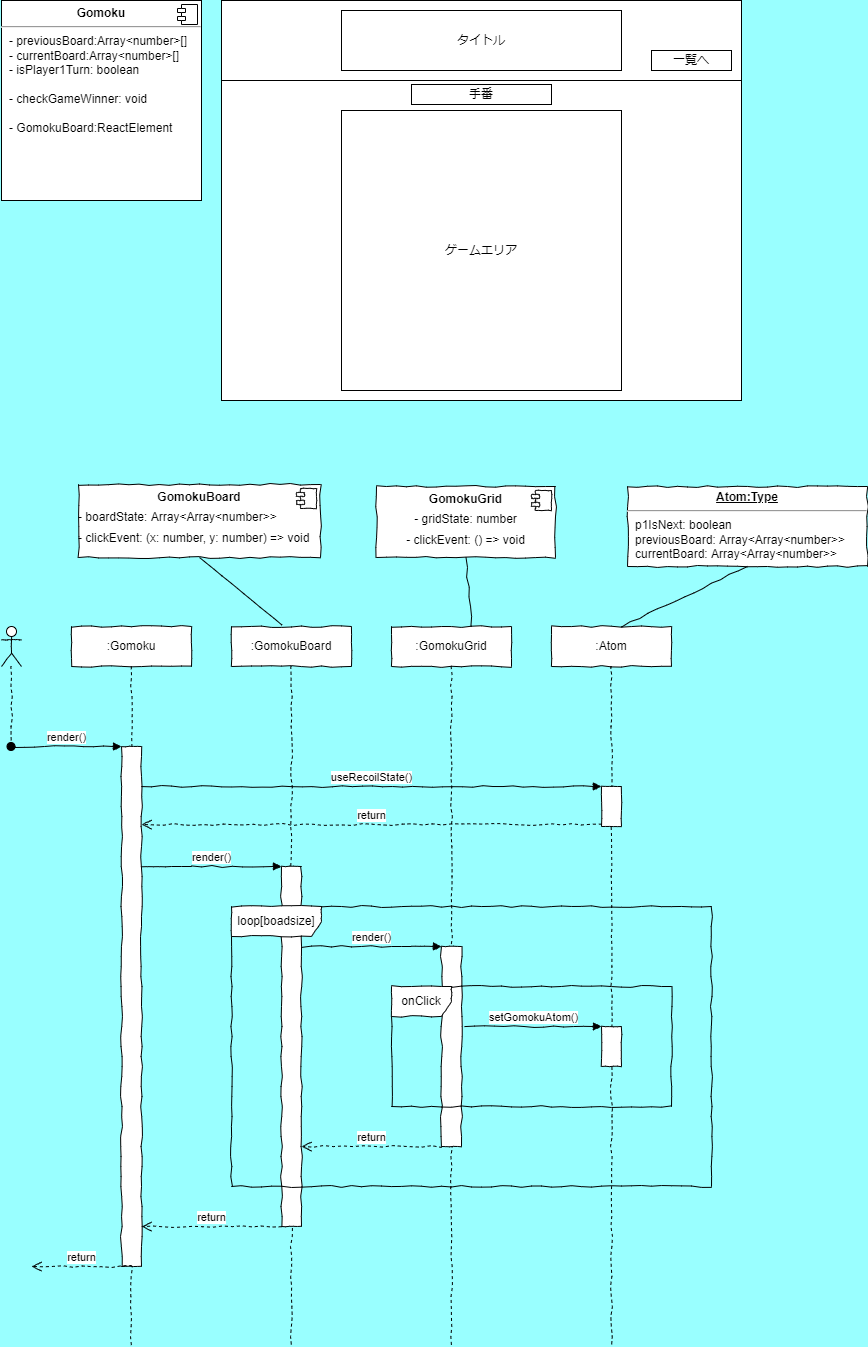
Before: doc/game/gomoku.png, a diagram exported from draw.io (narumimashiro/projectSelf-dept.NextJs). Source tidied: cells renumbered, new cells last; positions are measured from the earlier drawing's top-left corner, leaving out a move shared by most shapes.
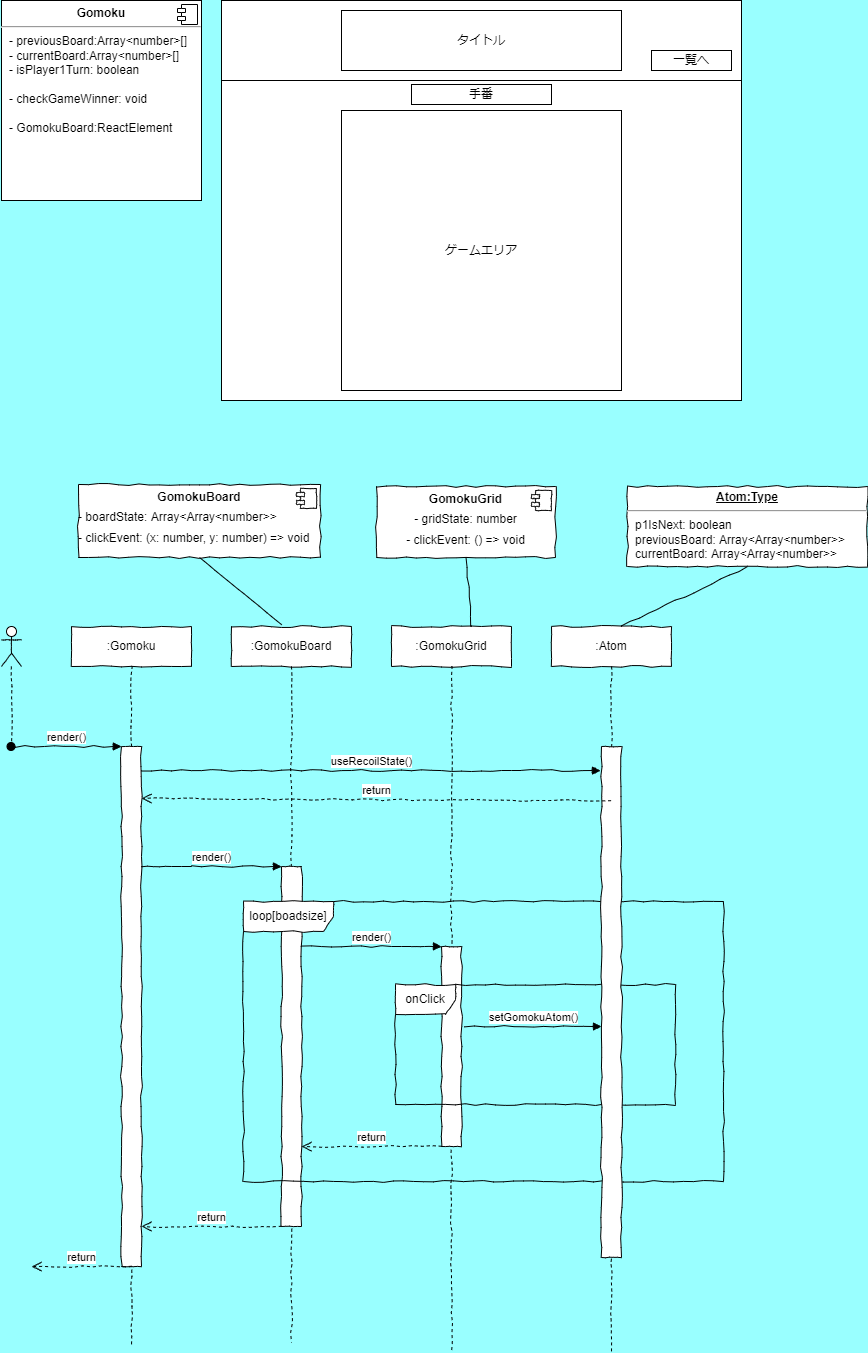
After the change.

Diff of the diagram source:
```diff
@@ -35,7 +35,7 @@
       <mxGeometry x="50" y="120" width="20" height="520" as="geometry" />
     </mxCell>
     <mxCell id="12" value=":GomokuBoard" style="shape=umlLifeline;perimeter=lifelinePerimeter;whiteSpace=wrap;html=1;strokeColor=#000000;shadow=0;fixDash=0;backgroundOutline=0;comic=1;enumerate=0;" parent="1" vertex="1">
-      <mxGeometry x="230" y="626" width="120" height="720" as="geometry" />
+      <mxGeometry x="230" y="626" width="120" height="716" as="geometry" />
     </mxCell>
     <mxCell id="13" style="html=1;points=[];perimeter=orthogonalPerimeter;strokeColor=#000000;shadow=0;snapToPoint=0;fixDash=0;backgroundOutline=0;comic=1;enumerate=0;" parent="12" vertex="1">
       <mxGeometry x="50" y="240" width="20" height="360" as="geometry" />
@@ -46,8 +46,11 @@
         <mxPoint x="-90" y="600" as="targetPoint" />
       </mxGeometry>
     </mxCell>
+    <mxCell id="30" value="loop[boadsize]" style="shape=umlFrame;whiteSpace=wrap;html=1;width=90;height=30;swimlaneFillColor=none;strokeColor=#000000;shadow=0;fixDash=0;backgroundOutline=0;comic=1;enumerate=0;" parent="12" vertex="1">
+      <mxGeometry x="12" y="275" width="480" height="280" as="geometry" />
+    </mxCell>
     <mxCell id="15" value=":GomokuGrid" style="shape=umlLifeline;perimeter=lifelinePerimeter;whiteSpace=wrap;html=1;strokeColor=#000000;shadow=0;fixDash=0;backgroundOutline=0;comic=1;enumerate=0;" parent="1" vertex="1">
-      <mxGeometry x="390" y="626" width="120" height="720" as="geometry" />
+      <mxGeometry x="390" y="626" width="120" height="726" as="geometry" />
     </mxCell>
     <mxCell id="16" style="html=1;perimeter=orthogonalPerimeter;strokeColor=#000000;shadow=0;fixDash=0;backgroundOutline=0;comic=1;enumerate=0;" parent="15" vertex="1">
       <mxGeometry x="50" y="320" width="20" height="200" as="geometry" />
@@ -59,29 +62,32 @@
       </mxGeometry>
     </mxCell>
     <mxCell id="18" value=":Atom" style="shape=umlLifeline;perimeter=lifelinePerimeter;whiteSpace=wrap;html=1;outlineConnect=0;gradientColor=none;fillColor=default;strokeColor=#000000;shadow=0;snapToPoint=0;fixDash=0;backgroundOutline=0;comic=1;enumerate=0;" parent="1" vertex="1">
-      <mxGeometry x="550" y="626" width="120" height="720" as="geometry" />
+      <mxGeometry x="550" y="626" width="120" height="726" as="geometry" />
     </mxCell>
+    <mxCell id="21" value="onClick" style="shape=umlFrame;whiteSpace=wrap;html=1;strokeColor=#000000;shadow=0;fixDash=0;backgroundOutline=0;comic=1;enumerate=0;" parent="18" vertex="1">
+      <mxGeometry x="-156" y="358" width="280" height="120" as="geometry" />
+    </mxCell>
     <mxCell id="19" style="html=1;points=[];perimeter=orthogonalPerimeter;strokeColor=#000000;shadow=0;snapToPoint=0;fixDash=0;backgroundOutline=0;comic=1;enumerate=0;" parent="18" vertex="1">
-      <mxGeometry x="50" y="160" width="20" height="40" as="geometry" />
+      <mxGeometry x="50" y="120" width="20" height="511" as="geometry" />
     </mxCell>
-    <mxCell id="20" style="html=1;points=[];perimeter=orthogonalPerimeter;strokeColor=#000000;shadow=0;snapToPoint=0;fixDash=0;backgroundOutline=0;comic=1;enumerate=0;" parent="18" vertex="1">
-      <mxGeometry x="50" y="400" width="20" height="40" as="geometry" />
-    </mxCell>
-    <mxCell id="21" value="onClick" style="shape=umlFrame;whiteSpace=wrap;html=1;strokeColor=#000000;shadow=0;fixDash=0;backgroundOutline=0;comic=1;enumerate=0;" parent="18" vertex="1">
-      <mxGeometry x="-160" y="360" width="280" height="120" as="geometry" />
-    </mxCell>
     <mxCell id="22" style="shape=umlLifeline;participant=umlActor;perimeter=lifelinePerimeter;whiteSpace=wrap;html=1;verticalAlign=top;spacingTop=36;outlineConnect=0;strokeColor=#000000;shadow=0;snapToPoint=0;fixDash=0;backgroundOutline=0;comic=1;enumerate=0;" parent="1" vertex="1">
       <mxGeometry y="626" width="20" height="120" as="geometry" />
     </mxCell>
     <mxCell id="23" value="render()" style="html=1;verticalAlign=bottom;startArrow=oval;endArrow=block;startSize=8;strokeColor=#000000;shadow=0;snapToPoint=0;fixDash=0;backgroundOutline=0;comic=1;enumerate=0;" parent="1" edge="1" source="22" target="11">
       <mxGeometry relative="1" as="geometry" />
     </mxCell>
-    <mxCell id="24" value="useRecoilState()" style="html=1;verticalAlign=bottom;endArrow=block;entryX=0;entryY=0;strokeColor=#000000;shadow=0;snapToPoint=0;fixDash=0;backgroundOutline=0;comic=1;enumerate=0;" parent="1" edge="1" source="11" target="19">
-      <mxGeometry relative="1" as="geometry" />
+    <mxCell id="24" value="useRecoilState()" style="html=1;verticalAlign=bottom;endArrow=block;entryX=-0.05;entryY=0.047;strokeColor=#000000;shadow=0;snapToPoint=0;fixDash=0;backgroundOutline=0;comic=1;enumerate=0;entryDx=0;entryDy=0;entryPerimeter=0;" parent="1" edge="1" source="11" target="19">
+      <mxGeometry relative="1" as="geometry">
+        <Array as="points">
+          <mxPoint x="510" y="770" />
+        </Array>
+      </mxGeometry>
     </mxCell>
-    <mxCell id="25" value="return" style="html=1;verticalAlign=bottom;endArrow=open;dashed=1;endSize=8;exitX=0;exitY=0.95;strokeColor=#000000;shadow=0;snapToPoint=0;fixDash=0;backgroundOutline=0;comic=1;enumerate=0;" parent="1" edge="1" source="19">
+    <mxCell id="25" value="return" style="html=1;verticalAlign=bottom;endArrow=open;dashed=1;endSize=8;strokeColor=#000000;shadow=0;snapToPoint=0;fixDash=0;backgroundOutline=0;comic=1;enumerate=0;entryX=1;entryY=0.1;entryDx=0;entryDy=0;entryPerimeter=0;" parent="1" edge="1" source="18" target="11">
       <mxGeometry relative="1" as="geometry">
-        <mxPoint x="140" y="824" as="targetPoint" />
+        <Array as="points">
+          <mxPoint x="540" y="800" />
+        </Array>
       </mxGeometry>
     </mxCell>
     <mxCell id="26" value="&lt;p style=&quot;margin:0px;margin-top:4px;text-align:center;text-decoration:underline;&quot;&gt;&lt;b&gt;Atom:Type&lt;/b&gt;&lt;/p&gt;&lt;hr&gt;&lt;p style=&quot;margin:0px;margin-left:8px;&quot;&gt;p1IsNext: boolean&lt;/p&gt;&lt;p style=&quot;margin:0px;margin-left:8px;&quot;&gt;previousBoard: Array&amp;lt;Array&amp;lt;number&amp;gt;&amp;gt;&lt;/p&gt;&lt;p style=&quot;margin:0px;margin-left:8px;&quot;&gt;currentBoard: Array&amp;lt;Array&amp;lt;number&amp;gt;&amp;gt;&lt;/p&gt;" style="verticalAlign=top;align=left;overflow=fill;fontSize=12;fontFamily=Helvetica;html=1;comic=1;" parent="1" vertex="1">
@@ -103,14 +109,12 @@
         </Array>
       </mxGeometry>
     </mxCell>
-    <mxCell id="29" value="setGomokuAtom()" style="html=1;verticalAlign=bottom;startArrow=none;endArrow=block;startSize=8;startFill=0;strokeColor=#000000;shadow=0;snapToPoint=0;fixDash=0;backgroundOutline=0;comic=1;enumerate=0;" parent="1" edge="1" target="20">
+    <mxCell id="29" value="setGomokuAtom()" style="html=1;verticalAlign=bottom;startArrow=none;endArrow=block;startSize=8;startFill=0;strokeColor=#000000;shadow=0;snapToPoint=0;fixDash=0;backgroundOutline=0;comic=1;enumerate=0;" parent="1" edge="1">
       <mxGeometry relative="1" as="geometry">
         <mxPoint x="463" y="1026" as="sourcePoint" />
+        <mxPoint x="600" y="1026" as="targetPoint" />
       </mxGeometry>
     </mxCell>
-    <mxCell id="30" value="loop[boadsize]" style="shape=umlFrame;whiteSpace=wrap;html=1;width=90;height=30;swimlaneFillColor=none;strokeColor=#000000;shadow=0;fixDash=0;backgroundOutline=0;comic=1;enumerate=0;" parent="1" vertex="1">
-      <mxGeometry x="230" y="906" width="480" height="280" as="geometry" />
-    </mxCell>
     <mxCell id="31" value="return" style="html=1;verticalAlign=bottom;endArrow=open;dashed=1;endSize=8;strokeColor=#000000;shadow=0;snapToPoint=0;fixDash=0;backgroundOutline=0;comic=1;enumerate=0;" parent="1" edge="1">
       <mxGeometry relative="1" as="geometry">
         <mxPoint x="130" y="1266" as="sourcePoint" />
```
